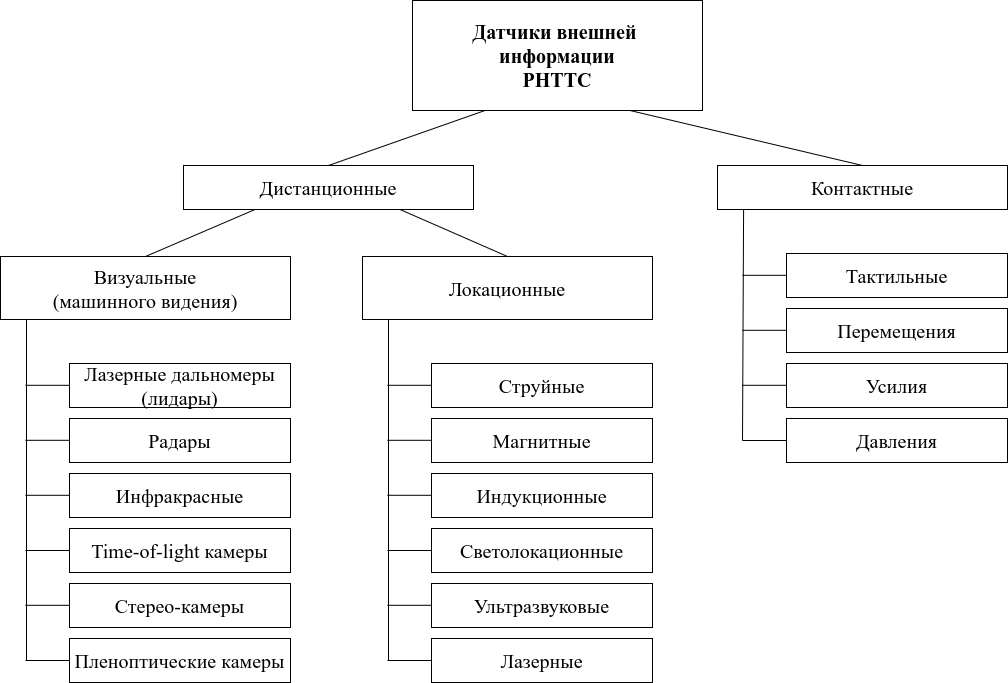
Earlier version of the draw.io export Dissertation/images/drawio/datchiki.drawio.png (dreddsa5dies/phd). Source tidied: cells renumbered, new cells last; positions are measured from the earlier drawing's top-left corner, leaving out a move shared by most shapes.
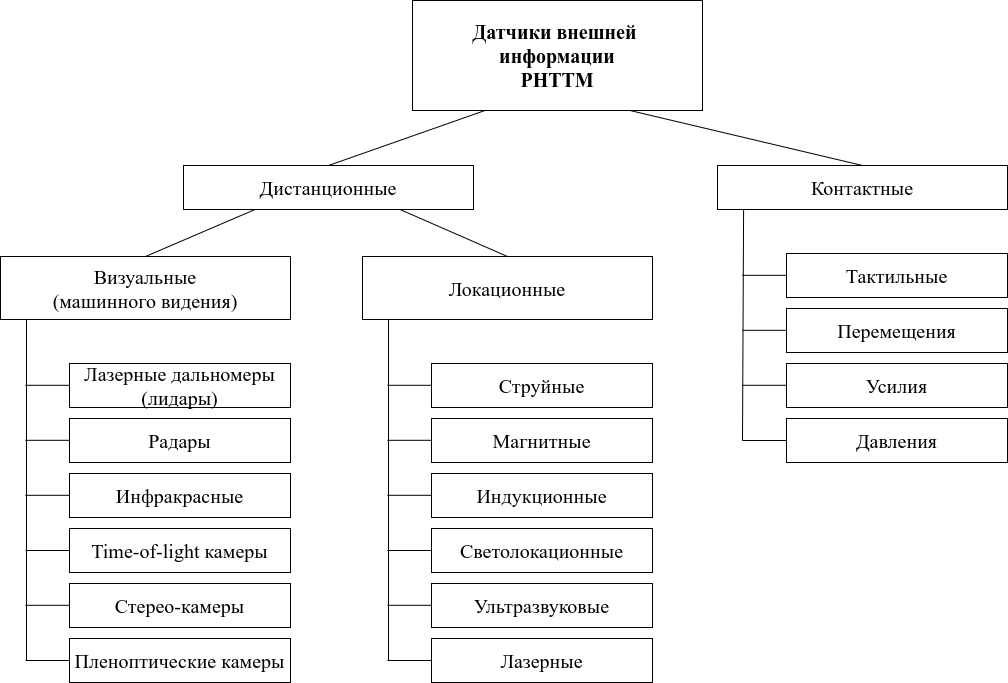
Above is the later version.

Change to the diagram source:
```diff
@@ -2,7 +2,7 @@
   <root>
     <mxCell id="0" />
     <mxCell id="1" parent="0" />
-    <mxCell id="2" value="Датчики внешней&amp;nbsp;&lt;div&gt;информации&lt;br&gt;РНТТС&lt;/div&gt;" style="rounded=0;whiteSpace=wrap;html=1;fontSize=20;fontStyle=1;fontFamily=Times New Roman;" parent="1" vertex="1">
+    <mxCell id="2" value="Датчики внешней&amp;nbsp;&lt;div&gt;информации&lt;br&gt;РНТТМ&lt;/div&gt;" style="rounded=0;whiteSpace=wrap;html=1;fontSize=20;fontStyle=1;fontFamily=Times New Roman;" parent="1" vertex="1">
       <mxGeometry x="412" width="290" height="110" as="geometry" />
     </mxCell>
     <mxCell id="3" value="Дистанционные" style="rounded=0;whiteSpace=wrap;html=1;fontSize=20;fontFamily=Times New Roman;" parent="1" vertex="1">
```
